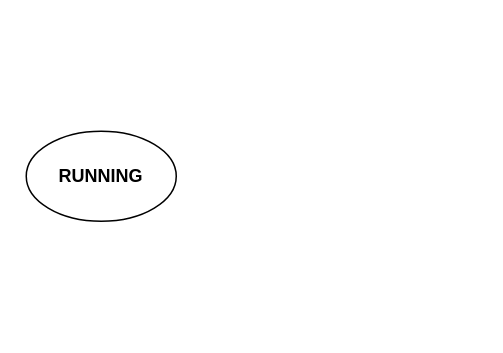
Before: Java并发架构.drawio in plx927/Java-Core-learning, a draw.io diagram. Source tidied: cells renumbered, new cells numbered last; positions are measured from the earlier drawing's top-left corner, leaving out a move shared by most shapes. Both pictures are drawn from the tidied source at 150%, with x=0, y=0 at pixel (26, 130).
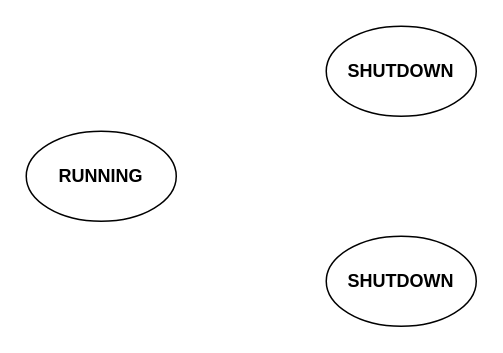
The same page after the edit.

Commit message (it also covers changes not shown here):
更新Java并发架构.drawio

Diff of the diagram source:
```diff
@@
 <mxGraphModel>
   <root>
     <mxCell id="0" />
     <mxCell id="1" parent="0" />
     <mxCell id="2" value="&lt;b&gt;RUNNING&lt;/b&gt;" style="ellipse;whiteSpace=wrap;html=1;" parent="1" vertex="1">
       <mxGeometry width="100" height="60" as="geometry" />
     </mxCell>
+    <mxCell id="3" value="&lt;b&gt;SHUTDOWN&lt;/b&gt;" style="ellipse;whiteSpace=wrap;html=1;" parent="1" vertex="1">
+      <mxGeometry x="200" y="-70" width="100" height="60" as="geometry" />
+    </mxCell>
+    <mxCell id="4" value="&lt;b&gt;SHUTDOWN&lt;/b&gt;" style="ellipse;whiteSpace=wrap;html=1;" parent="1" vertex="1">
+      <mxGeometry x="200" y="70" width="100" height="60" as="geometry" />
+    </mxCell>
   </root>
 </mxGraphModel>
```
